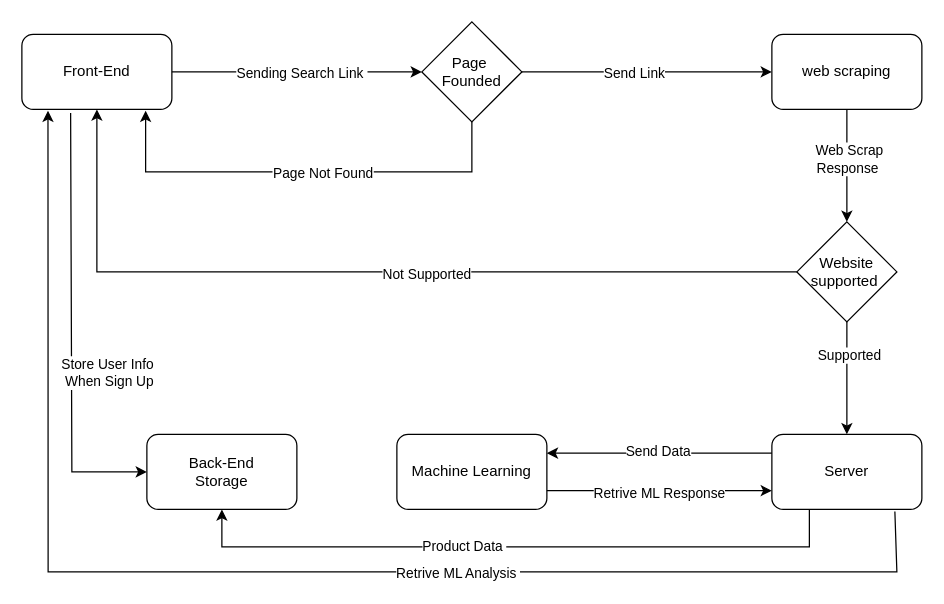
This is Project Architecture.drawio from amrawni33/grad-UML, a draw.io file, before an edit. Source tidied: cells renumbered, new cells numbered last; positions are measured from the earlier drawing's top-left corner, leaving out a move shared by most shapes. Both pictures are drawn from the tidied source at 125%, with x=0, y=0 at pixel (21, 21).
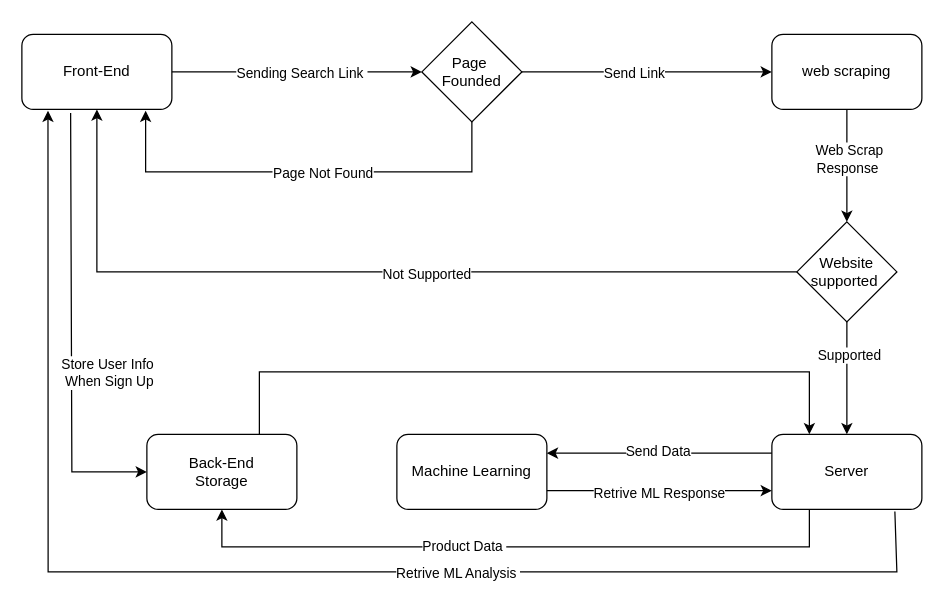
The same page after the edit.

The change refers to these unchanged cells:
```xml
<mxCell id="4" value="Server" style="rounded=1;whiteSpace=wrap;html=1;" parent="1" vertex="1">
  <mxGeometry x="600" y="330" width="120" height="60" as="geometry" />
</mxCell>
<mxCell id="28" value="Back-End&lt;br&gt;Storage" style="rounded=1;whiteSpace=wrap;html=1;" parent="1" vertex="1">
  <mxGeometry x="100" y="330" width="120" height="60" as="geometry" />
</mxCell>
```

The edit, as a diff of the source:
```diff
@@
+    <mxCell id="31" style="endArrow=classic;html=1;rounded=0;exitX=0.75;exitY=0;exitDx=0;exitDy=0;entryX=0.25;entryY=0;entryDx=0;entryDy=0;" parent="1" edge="1" source="28" target="4">
+      <mxGeometry relative="1" as="geometry">
+        <Array as="points">
+          <mxPoint x="190" y="280" />
+          <mxPoint x="630" y="280" />
+        </Array>
+      </mxGeometry>
+    </mxCell>
```
